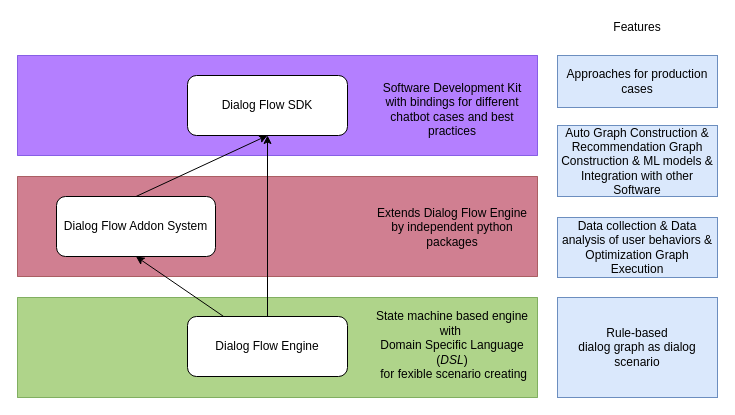
The draw.io diagram drawio/dff_stack.dio in deeppavlovteam/dialog_flow_framework, before the edit. Source tidied: cells renumbered, new cells numbered last; positions are measured from the earlier drawing's top-left corner, leaving out a move shared by most shapes. Both pictures are drawn from the tidied source at 100%, with x=0, y=0 at pixel (17, 17).
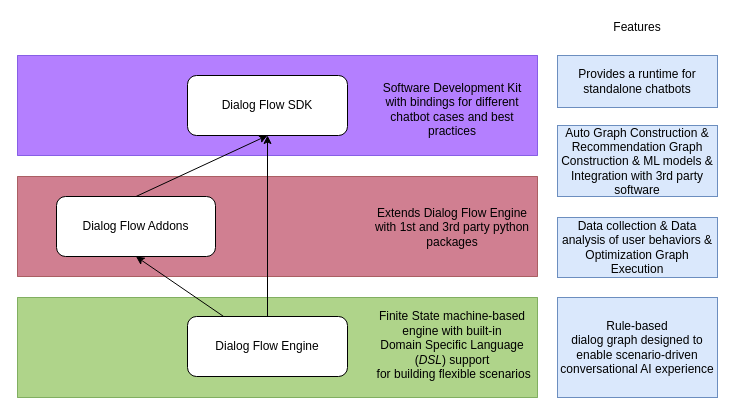
The same diagram, later.

Commit message (it also covers changes not shown here):
Basic fixes for English language + better phrases

The edit, as a diff of the source:
```diff
@@
 <mxGraphModel>
   <root>
     <mxCell id="0" />
     <mxCell id="1" parent="0" />
-    <mxCell id="2" value="&lt;span&gt;Rule-based&lt;/span&gt;&lt;br&gt;&lt;span&gt;dialog graph as dialog scenario&lt;/span&gt;" style="rounded=0;whiteSpace=wrap;html=1;fillColor=#dae8fc;strokeColor=#6c8ebf;" parent="1" vertex="1">
+    <mxCell id="2" value="&lt;span&gt;Rule-based&lt;/span&gt;&lt;br&gt;&lt;span&gt;dialog graph designed to enable scenario-driven conversational AI experience&lt;/span&gt;" style="rounded=0;whiteSpace=wrap;html=1;fillColor=#dae8fc;strokeColor=#6c8ebf;" parent="1" vertex="1">
       <mxGeometry x="540" y="280" width="160" height="100" as="geometry" />
     </mxCell>
     <mxCell id="3" style="rounded=0;whiteSpace=wrap;html=1;opacity=50;fillColor=#6a00ff;strokeColor=#3700CC;fontColor=#ffffff;" parent="1" vertex="1">
       <mxGeometry y="38" width="520" height="100" as="geometry" />
     </mxCell>
     <mxCell id="4" style="rounded=0;whiteSpace=wrap;html=1;opacity=50;fillColor=#a20025;strokeColor=#6F0000;fontColor=#ffffff;" parent="1" vertex="1">
       <mxGeometry y="159" width="520" height="100" as="geometry" />
     </mxCell>
     <mxCell id="5" style="rounded=0;whiteSpace=wrap;html=1;opacity=50;fillColor=#60a917;strokeColor=#2D7600;fontColor=#ffffff;" parent="1" vertex="1">
       <mxGeometry y="280" width="520" height="100" as="geometry" />
     </mxCell>
     <mxCell id="6" style="edgeStyle=none;html=1;entryX=0.5;entryY=1;entryDx=0;entryDy=0;" parent="1" edge="1" source="8" target="10">
       <mxGeometry relative="1" as="geometry" />
     </mxCell>
     <mxCell id="7" style="edgeStyle=none;html=1;exitX=0.5;exitY=0;exitDx=0;exitDy=0;entryX=0.5;entryY=1;entryDx=0;entryDy=0;" parent="1" edge="1" source="8" target="11">
       <mxGeometry relative="1" as="geometry" />
     </mxCell>
     <mxCell id="8" value="Dialog Flow Engine" style="rounded=1;whiteSpace=wrap;html=1;" parent="1" vertex="1">
       <mxGeometry x="170" y="299" width="160" height="60" as="geometry" />
     </mxCell>
     <mxCell id="9" style="edgeStyle=none;html=1;exitX=0.5;exitY=0;exitDx=0;exitDy=0;entryX=0.5;entryY=1;entryDx=0;entryDy=0;" parent="1" edge="1" source="10" target="11">
       <mxGeometry relative="1" as="geometry" />
     </mxCell>
-    <mxCell id="10" value="Dialog Flow Addon System" style="rounded=1;whiteSpace=wrap;html=1;" parent="1" vertex="1">
+    <mxCell id="10" value="Dialog Flow Addons" style="rounded=1;whiteSpace=wrap;html=1;" parent="1" vertex="1">
       <mxGeometry x="39" y="179" width="159" height="60" as="geometry" />
     </mxCell>
     <mxCell id="11" value="Dialog Flow SDK" style="rounded=1;whiteSpace=wrap;html=1;" parent="1" vertex="1">
       <mxGeometry x="170" y="58" width="160" height="60" as="geometry" />
     </mxCell>
-    <mxCell id="12" value="&lt;span class=&quot;text&quot; lang=&quot;en&quot;&gt;&lt;span class=&quot;VIiyi&quot; lang=&quot;en&quot;&gt;&lt;span class=&quot;JLqJ4b ChMk0b&quot;&gt;&lt;span&gt;State machine based engine with&amp;nbsp;&lt;/span&gt;&lt;/span&gt;&lt;/span&gt;&lt;br&gt;Domain Specific Language (&lt;em&gt;DSL&lt;/em&gt;)&lt;br&gt;&amp;nbsp;for fexible scenario creating&lt;br&gt;&amp;nbsp;&lt;/span&gt;" style="text;html=1;strokeColor=none;fillColor=none;align=center;verticalAlign=middle;whiteSpace=wrap;rounded=0;opacity=50;" parent="1" vertex="1">
+    <mxCell id="12" value="&lt;span class=&quot;text&quot; lang=&quot;en&quot;&gt;&lt;span class=&quot;VIiyi&quot; lang=&quot;en&quot;&gt;&lt;span class=&quot;JLqJ4b ChMk0b&quot;&gt;&lt;span&gt;Finite State machine-based engine with built-in&lt;/span&gt;&lt;/span&gt;&lt;/span&gt;&lt;br&gt;Domain Specific Language (&lt;em&gt;DSL&lt;/em&gt;) support&lt;br&gt;&amp;nbsp;for building flexible scenarios&lt;br&gt;&amp;nbsp;&lt;/span&gt;" style="text;html=1;strokeColor=none;fillColor=none;align=center;verticalAlign=middle;whiteSpace=wrap;rounded=0;opacity=50;" parent="1" vertex="1">
       <mxGeometry x="350" y="295" width="170" height="80" as="geometry" />
     </mxCell>
-    <mxCell id="13" value="Extends Dialog Flow Engine by&amp;nbsp;&lt;span class=&quot;VIiyi&quot; lang=&quot;en&quot;&gt;independent python packages&lt;/span&gt;" style="text;html=1;strokeColor=none;fillColor=none;align=center;verticalAlign=middle;whiteSpace=wrap;rounded=0;opacity=50;" parent="1" vertex="1">
+    <mxCell id="13" value="Extends Dialog Flow Engine with&amp;nbsp;&lt;span class=&quot;VIiyi&quot; lang=&quot;en&quot;&gt;1st and 3rd party python packages&lt;/span&gt;" style="text;html=1;strokeColor=none;fillColor=none;align=center;verticalAlign=middle;whiteSpace=wrap;rounded=0;opacity=50;" parent="1" vertex="1">
       <mxGeometry x="350" y="170" width="170" height="80" as="geometry" />
     </mxCell>
     <mxCell id="14" value="Software Development Kit&lt;br&gt;with bindings for different chatbot cases and best practices" style="text;html=1;strokeColor=none;fillColor=none;align=center;verticalAlign=middle;whiteSpace=wrap;rounded=0;opacity=50;" parent="1" vertex="1">
       <mxGeometry x="350" y="52" width="170" height="80" as="geometry" />
     </mxCell>
     <mxCell id="15" value="Features" style="text;html=1;strokeColor=none;fillColor=none;align=center;verticalAlign=middle;whiteSpace=wrap;rounded=0;" parent="1" vertex="1">
       <mxGeometry x="540" width="160" height="20" as="geometry" />
     </mxCell>
     <mxCell id="16" value="Data collection &amp;amp; Data analysis of user behaviors &amp;amp; Optimization Graph Execution" style="rounded=0;whiteSpace=wrap;html=1;fillColor=#dae8fc;strokeColor=#6c8ebf;" parent="1" vertex="1">
       <mxGeometry x="540" y="200" width="160" height="60" as="geometry" />
     </mxCell>
-    <mxCell id="17" value="Auto Graph Construction &amp;amp; Recommendation Graph Construction &amp;amp; ML models &amp;amp; Integration with other Software" style="rounded=0;whiteSpace=wrap;html=1;fillColor=#dae8fc;strokeColor=#6c8ebf;" parent="1" vertex="1">
+    <mxCell id="17" value="Auto Graph Construction &amp;amp; Recommendation Graph Construction &amp;amp; ML models &amp;amp; Integration with 3rd party software" style="rounded=0;whiteSpace=wrap;html=1;fillColor=#dae8fc;strokeColor=#6c8ebf;" parent="1" vertex="1">
       <mxGeometry x="540" y="108" width="160" height="71" as="geometry" />
     </mxCell>
-    <mxCell id="18" value="Approaches for production cases" style="rounded=0;whiteSpace=wrap;html=1;fillColor=#dae8fc;strokeColor=#6c8ebf;" parent="1" vertex="1">
+    <mxCell id="18" value="Provides a runtime for standalone chatbots" style="rounded=0;whiteSpace=wrap;html=1;fillColor=#dae8fc;strokeColor=#6c8ebf;" parent="1" vertex="1">
       <mxGeometry x="540" y="38" width="160" height="52" as="geometry" />
     </mxCell>
   </root>
 </mxGraphModel>
```
